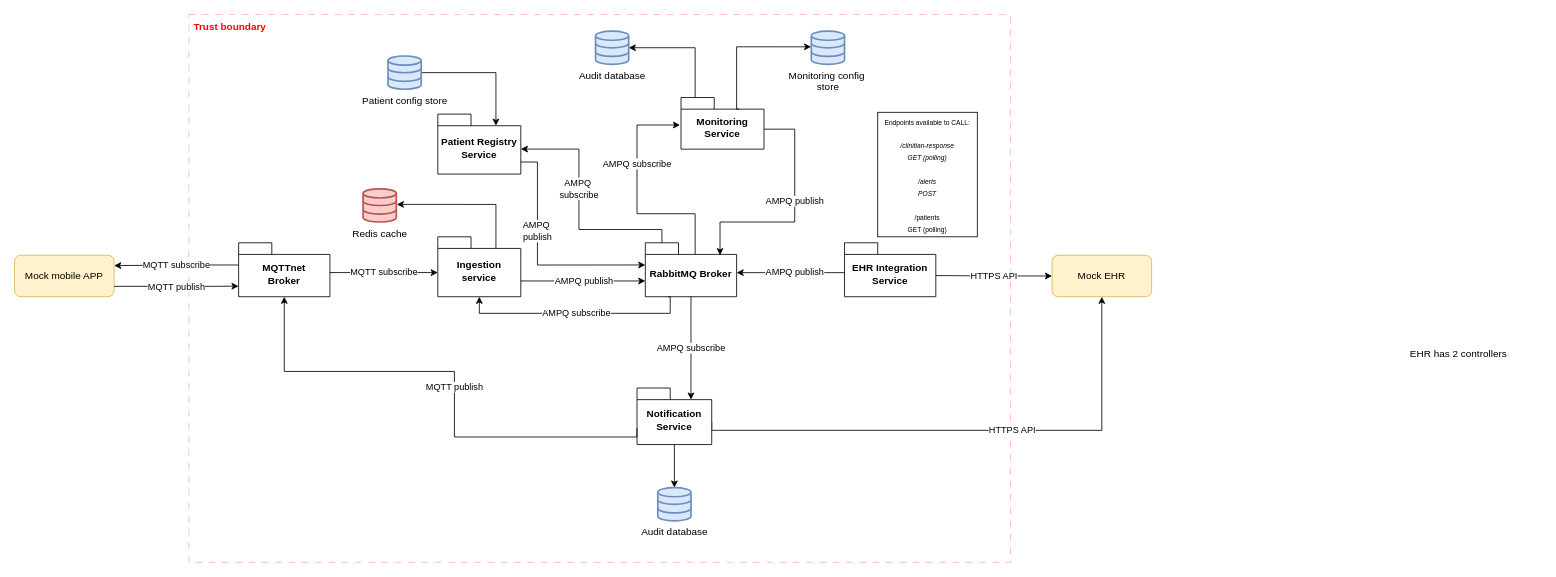
Above: docs/CC view.drawio in AlbertPerezB/CagHome (draw.io), before the change. Source tidied: cells renumbered, new cells numbered last; positions are measured from the earlier drawing's top-left corner, leaving out a move shared by most shapes. Both pictures are drawn from the tidied source at 83%, with x=0, y=0 at pixel (14, 14).
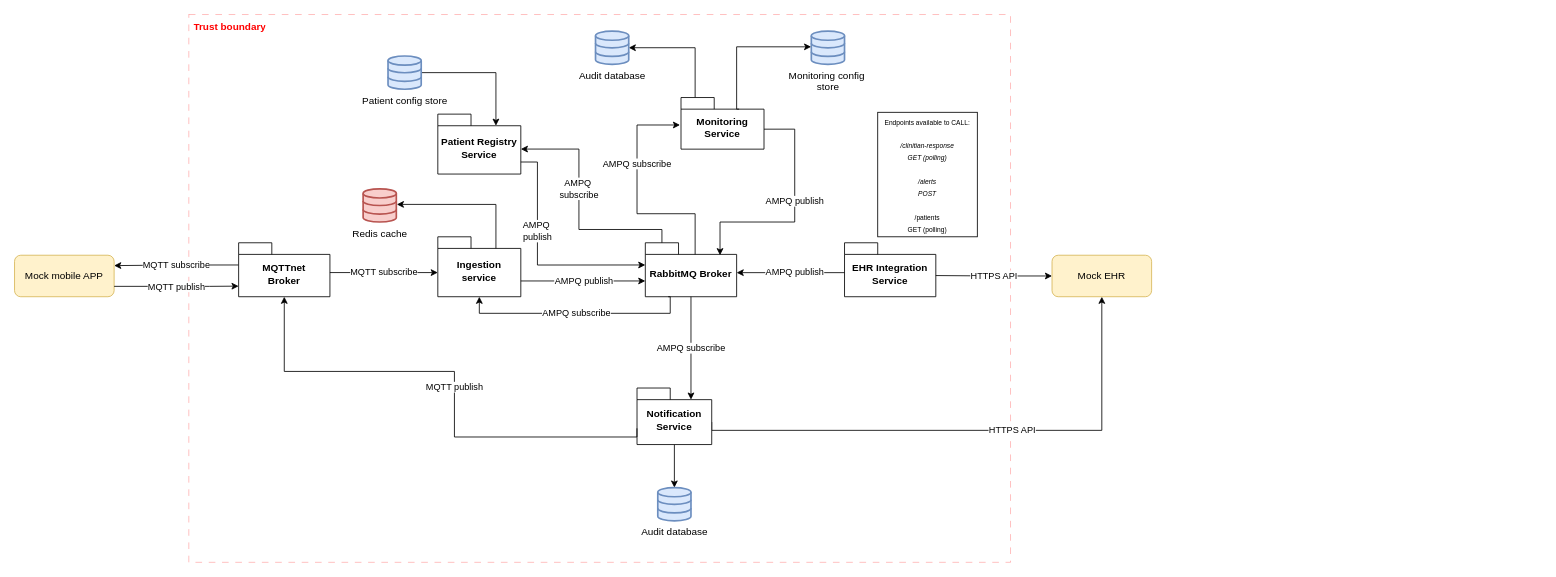
Above is the later version.

Diff of the diagram source:
```diff
@@
-    <mxCell id="38" value="EHR has 2 controllers&lt;div&gt;&lt;br&gt;&lt;/div&gt;&lt;div&gt;&lt;br&gt;&lt;/div&gt;&lt;div&gt;&lt;br&gt;&lt;/div&gt;" style="text;html=1;whiteSpace=wrap;strokeColor=none;fillColor=none;align=center;verticalAlign=middle;rounded=0;" parent="1" vertex="1">
-      <mxGeometry x="1640" y="390" width="200" height="80" as="geometry" />
-    </mxCell>
```
